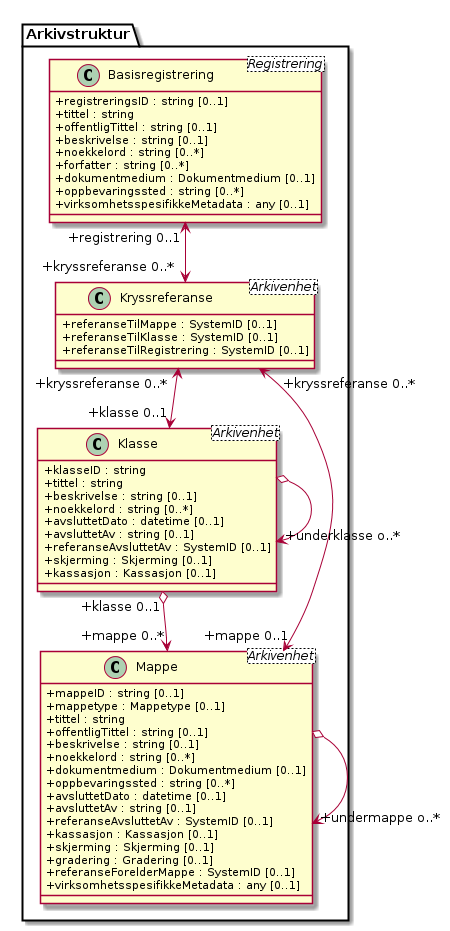
Above: kapitler/media/uml-arkivstruktur-kryssreferanse.png in arkivverket/noark5-tjenestegrensesnitt-standard (PlantUML), before the change.
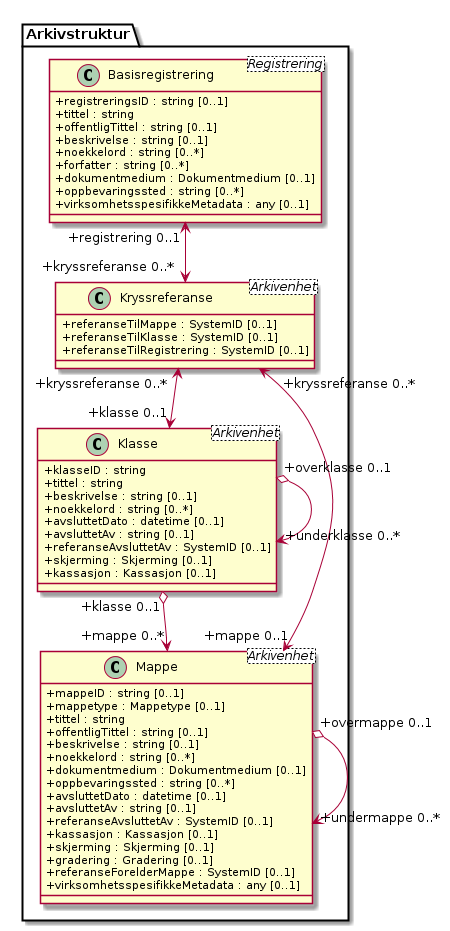
Later version of the same file.

What changed in the source:
```diff
@@ -49,7 +49,7 @@
 Arkivstruktur.Basisregistrering "+registrering 0..1" <--> "+kryssreferanse 0..*" Arkivstruktur.Kryssreferanse
 Arkivstruktur.Kryssreferanse "+kryssreferanse 0..*" <--> "+mappe 0..1" Arkivstruktur.Mappe
 Arkivstruktur.Kryssreferanse "+kryssreferanse 0..*" <--> "+klasse 0..1" Arkivstruktur.Klasse
-Arkivstruktur.Klasse o-> "+underklasse o..*" Arkivstruktur.Klasse
-Arkivstruktur.Mappe o-> "+undermappe o..*" Arkivstruktur.Mappe
+Arkivstruktur.Klasse "+overklasse 0..1" o-> "+underklasse 0..*" Arkivstruktur.Klasse
+Arkivstruktur.Mappe "+overmappe 0..1" o-> "+undermappe 0..*" Arkivstruktur.Mappe
 Arkivstruktur.Klasse "+klasse 0..1" o--> "+mappe 0..*" Arkivstruktur.Mappe
 @enduml
```
